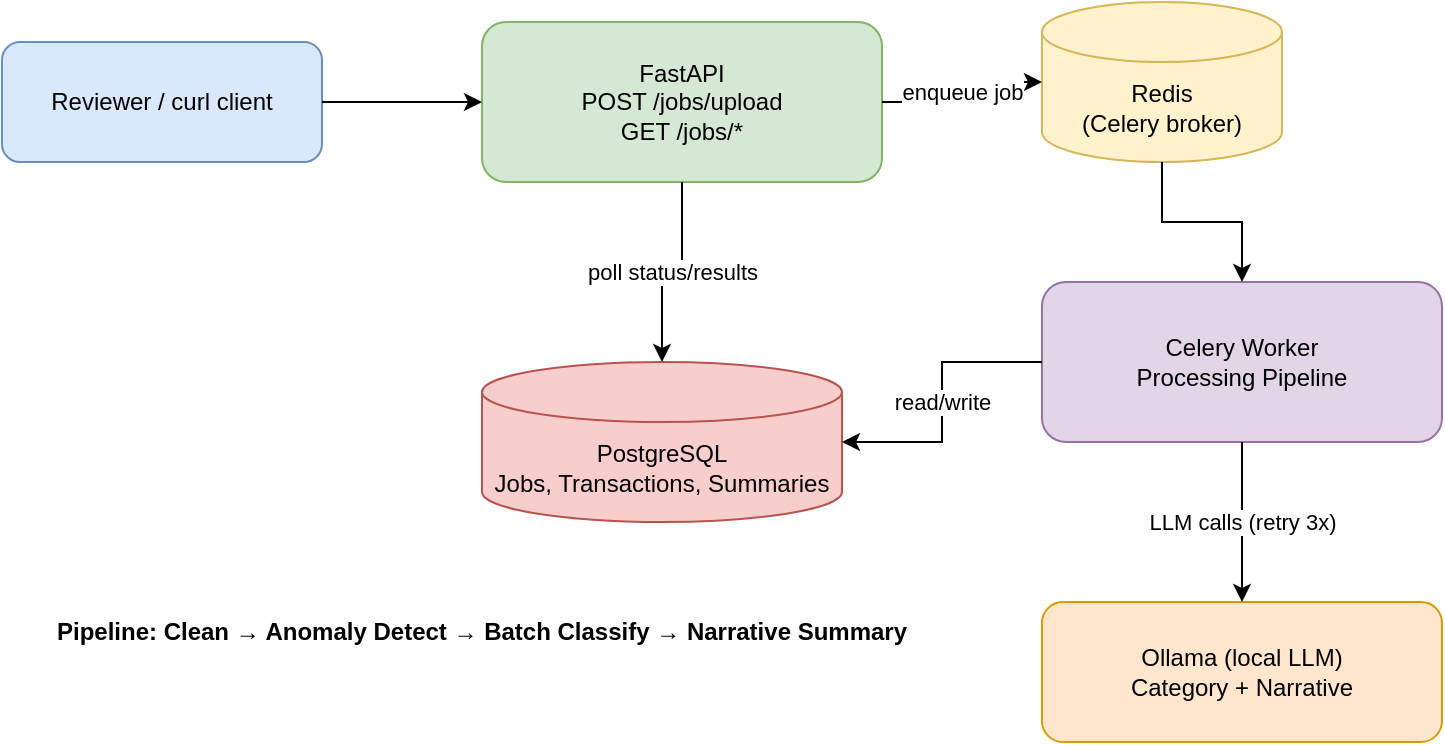
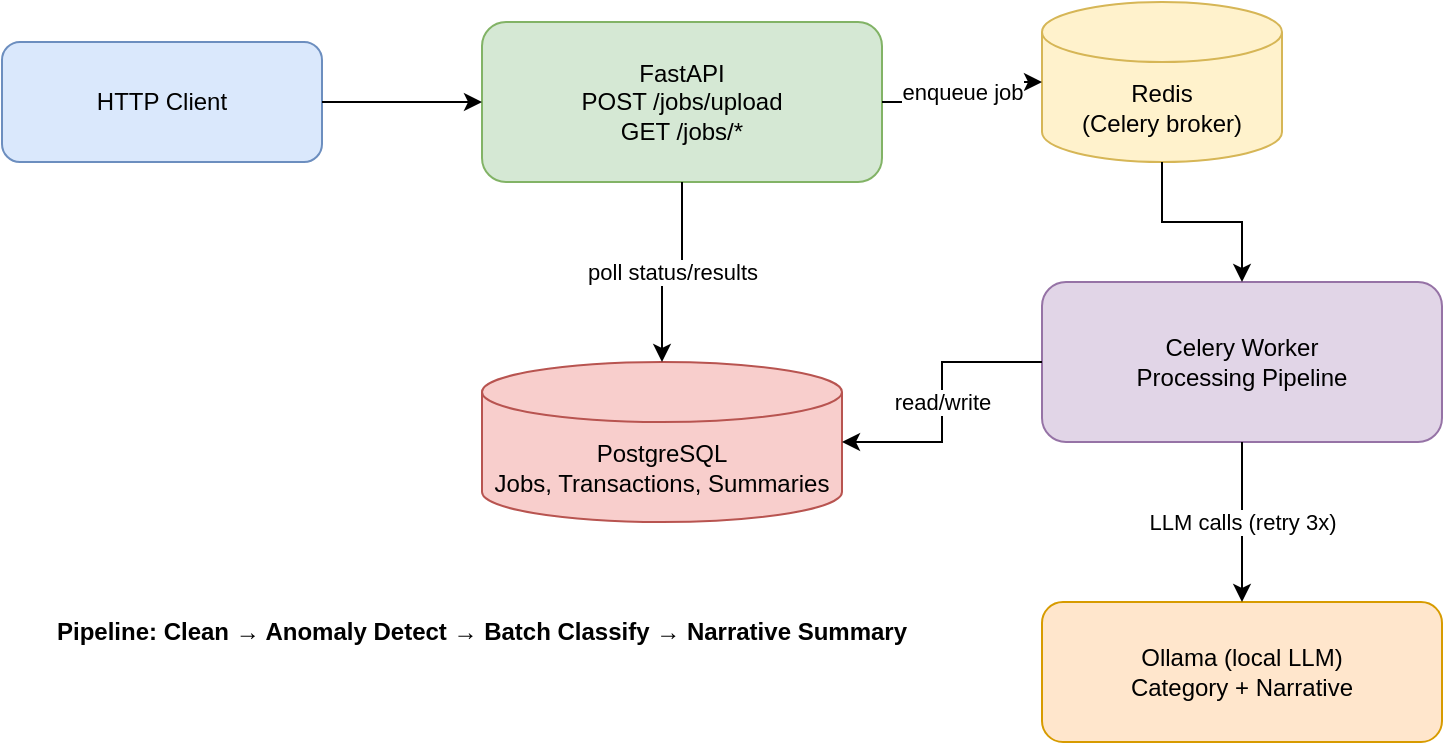
<mxfile host="app.diagrams.net" modified="2026-06-14T00:00:00.000Z" agent="LedgerLens" version="24.0.0">
  <diagram name="LedgerLens Architecture" id="ledgerlens-arch">
    <mxGraphModel dx="1200" dy="800" grid="1" gridSize="10" guides="1" tooltips="1" connect="1" arrows="1" fold="1" page="1" pageScale="1" pageWidth="1169" pageHeight="827" math="0" shadow="0">
      <root>
        <mxCell id="0"/>
        <mxCell id="1" parent="0"/>

-         <mxCell id="client" value="Reviewer / curl client" style="rounded=1;whiteSpace=wrap;html=1;fillColor=#dae8fc;strokeColor=#6c8ebf;" vertex="1" parent="1">
+         <mxCell id="client" value="HTTP Client" style="rounded=1;whiteSpace=wrap;html=1;fillColor=#dae8fc;strokeColor=#6c8ebf;" vertex="1" parent="1">
          <mxGeometry x="40" y="120" width="160" height="60" as="geometry"/>
        </mxCell>

        <mxCell id="api" value="FastAPI&#xa;POST /jobs/upload&#xa;GET /jobs/*" style="rounded=1;whiteSpace=wrap;html=1;fillColor=#d5e8d4;strokeColor=#82b366;" vertex="1" parent="1">
          <mxGeometry x="280" y="110" width="200" height="80" as="geometry"/>
        </mxCell>

        <mxCell id="redis" value="Redis&#xa;(Celery broker)" style="shape=cylinder3;whiteSpace=wrap;html=1;boundedLbl=1;backgroundOutline=1;size=15;fillColor=#fff2cc;strokeColor=#d6b656;" vertex="1" parent="1">
          <mxGeometry x="560" y="100" width="120" height="80" as="geometry"/>
        </mxCell>

        <mxCell id="worker" value="Celery Worker&#xa;Processing Pipeline" style="rounded=1;whiteSpace=wrap;html=1;fillColor=#e1d5e7;strokeColor=#9673a6;" vertex="1" parent="1">
          <mxGeometry x="560" y="240" width="200" height="80" as="geometry"/>
        </mxCell>

        <mxCell id="postgres" value="PostgreSQL&#xa;Jobs, Transactions, Summaries" style="shape=cylinder3;whiteSpace=wrap;html=1;boundedLbl=1;backgroundOutline=1;size=15;fillColor=#f8cecc;strokeColor=#b85450;" vertex="1" parent="1">
          <mxGeometry x="280" y="280" width="180" height="80" as="geometry"/>
        </mxCell>

        <mxCell id="ollama" value="Ollama (local LLM)&#xa;Category + Narrative" style="rounded=1;whiteSpace=wrap;html=1;fillColor=#ffe6cc;strokeColor=#d79b00;" vertex="1" parent="1">
          <mxGeometry x="560" y="400" width="200" height="70" as="geometry"/>
        </mxCell>

        <mxCell id="pipeline" value="Pipeline: Clean → Anomaly Detect → Batch Classify → Narrative Summary" style="text;html=1;strokeColor=none;fillColor=none;align=center;verticalAlign=middle;whiteSpace=wrap;rounded=0;fontStyle=1" vertex="1" parent="1">
          <mxGeometry x="40" y="400" width="480" height="30" as="geometry"/>
        </mxCell>

        <mxCell id="e1" style="edgeStyle=orthogonalEdgeStyle;rounded=0;orthogonalLoop=1;jettySize=auto;html=1;" edge="1" parent="1" source="client" target="api">
          <mxGeometry relative="1" as="geometry"/>
        </mxCell>
        <mxCell id="e2" value="enqueue job" style="edgeStyle=orthogonalEdgeStyle;rounded=0;orthogonalLoop=1;jettySize=auto;html=1;" edge="1" parent="1" source="api" target="redis">
          <mxGeometry relative="1" as="geometry"/>
        </mxCell>
        <mxCell id="e3" style="edgeStyle=orthogonalEdgeStyle;rounded=0;orthogonalLoop=1;jettySize=auto;html=1;" edge="1" parent="1" source="redis" target="worker">
          <mxGeometry relative="1" as="geometry"/>
        </mxCell>
        <mxCell id="e4" value="read/write" style="edgeStyle=orthogonalEdgeStyle;rounded=0;orthogonalLoop=1;jettySize=auto;html=1;" edge="1" parent="1" source="worker" target="postgres">
          <mxGeometry relative="1" as="geometry"/>
        </mxCell>
        <mxCell id="e5" value="LLM calls (retry 3x)" style="edgeStyle=orthogonalEdgeStyle;rounded=0;orthogonalLoop=1;jettySize=auto;html=1;" edge="1" parent="1" source="worker" target="ollama">
          <mxGeometry relative="1" as="geometry"/>
        </mxCell>
        <mxCell id="e6" value="poll status/results" style="edgeStyle=orthogonalEdgeStyle;rounded=0;orthogonalLoop=1;jettySize=auto;html=1;" edge="1" parent="1" source="api" target="postgres">
          <mxGeometry relative="1" as="geometry"/>
        </mxCell>
      </root>
    </mxGraphModel>
  </diagram>
</mxfile>
